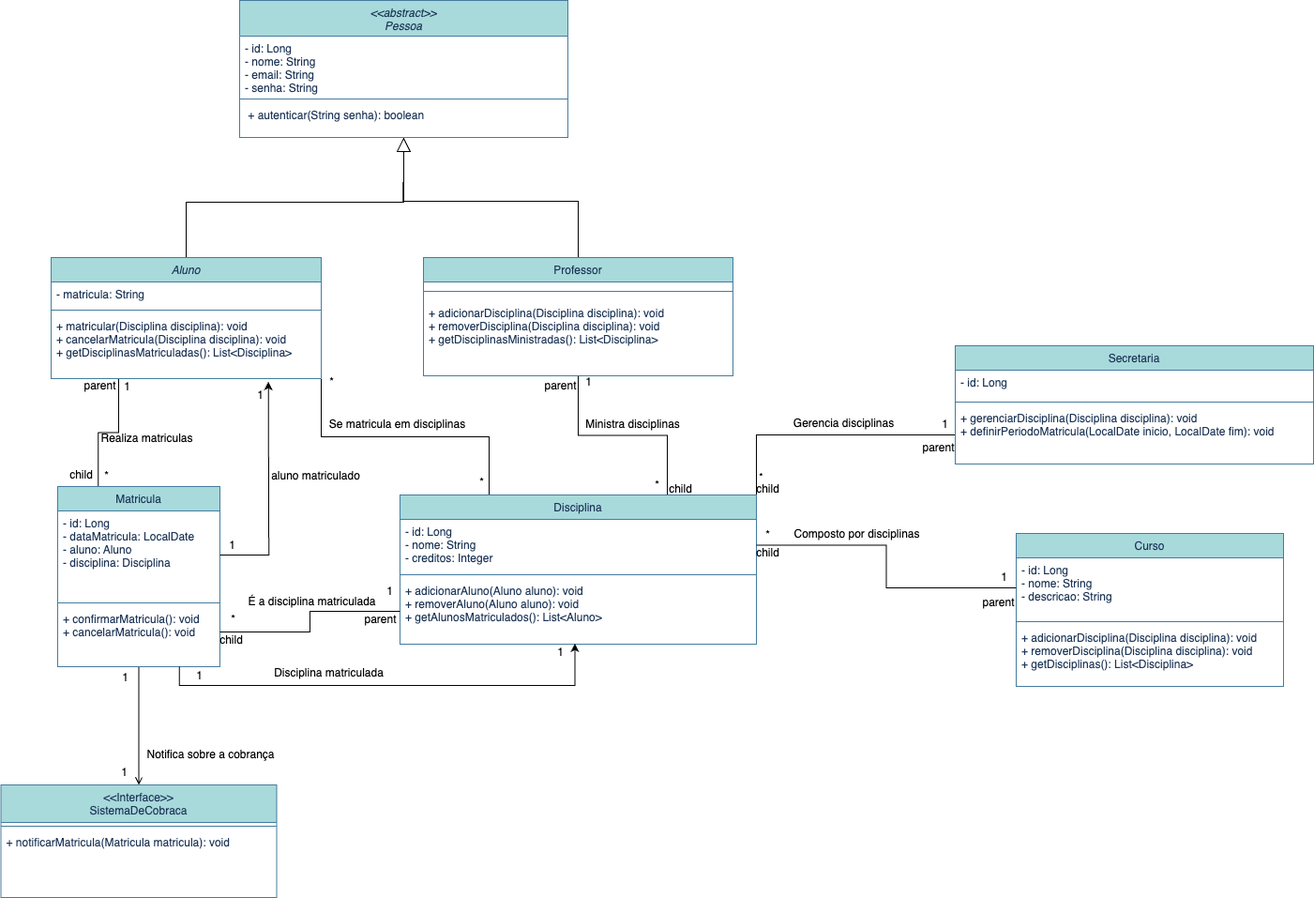
This is Diagramas/Diagrama_de_class.drawio_imagem.png from kaiohs333/Projeto-de-software---Sistema-de-Matr-cula---Kaio, a draw.io export, as it was before one commit. Source tidied: cells renumbered, new cells last; positions are measured from the earlier drawing's top-left corner, leaving out a move shared by most shapes.
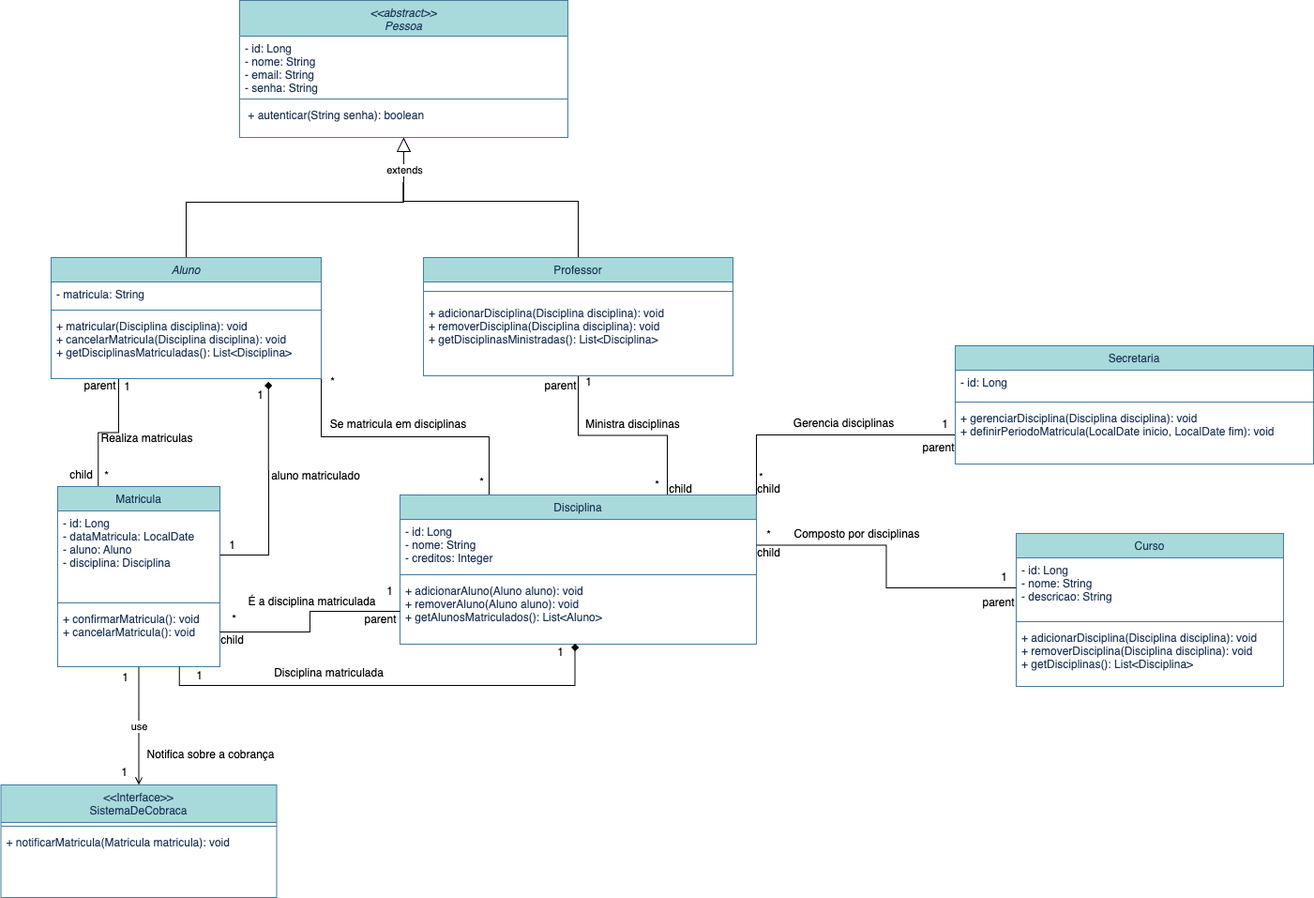
After the change.

Commit message:
update diagrama de class - ajuste nas setas

Change to the diagram source:
```diff
@@ -5,6 +5,9 @@
     <mxCell id="2" style="edgeStyle=orthogonalEdgeStyle;rounded=0;jettySize=auto;html=1;exitX=0.5;exitY=0;exitDx=0;exitDy=0;entryX=0.5;entryY=1;entryDx=0;entryDy=0;endArrow=block;endFill=0;endSize=13;" parent="1" edge="1" source="5" target="37">
       <mxGeometry relative="1" as="geometry" />
     </mxCell>
+    <mxCell id="80" value="extends" style="edgeLabel;html=1;align=center;verticalAlign=middle;" parent="2" vertex="1">
+      <mxGeometry x="0.81" relative="1" as="geometry" />
+    </mxCell>
     <mxCell id="3" style="edgeStyle=orthogonalEdgeStyle;rounded=0;jettySize=auto;html=1;exitX=0.25;exitY=1;exitDx=0;exitDy=0;entryX=0.25;entryY=0;entryDx=0;entryDy=0;endArrow=none;startFill=0;" parent="1" edge="1" source="5" target="15">
       <mxGeometry relative="1" as="geometry" />
     </mxCell>
@@ -47,10 +50,13 @@
     <mxCell id="14" style="edgeStyle=orthogonalEdgeStyle;rounded=0;jettySize=auto;html=1;exitX=0.5;exitY=1;exitDx=0;exitDy=0;entryX=0.5;entryY=0;entryDx=0;entryDy=0;endArrow=open;endFill=0;" parent="1" edge="1" source="15" target="34">
       <mxGeometry relative="1" as="geometry" />
     </mxCell>
+    <mxCell id="81" value="use" style="edgeLabel;html=1;align=center;verticalAlign=middle;" parent="14" vertex="1">
+      <mxGeometry relative="1" as="geometry" />
+    </mxCell>
     <mxCell id="15" value="Matricula" style="swimlane;fontStyle=0;align=center;verticalAlign=top;horizontal=1;startSize=26;rounded=0;shadow=0;strokeWidth=1;labelBackgroundColor=none;fillColor=#A8DADC;strokeColor=#457B9D;fontColor=#1D3557;" parent="1" vertex="1">
       <mxGeometry x="60" y="518" width="173" height="192" as="geometry" />
     </mxCell>
-    <mxCell id="16" style="edgeStyle=orthogonalEdgeStyle;rounded=0;jettySize=auto;html=1;exitX=1;exitY=0.5;exitDx=0;exitDy=0;" parent="15" edge="1" source="17">
+    <mxCell id="16" style="edgeStyle=orthogonalEdgeStyle;rounded=0;jettySize=auto;html=1;exitX=1;exitY=0.5;exitDx=0;exitDy=0;endArrow=diamond;endFill=1;" parent="15" edge="1" source="17">
       <mxGeometry relative="1" as="geometry">
         <mxPoint x="224.6" y="-111.7" as="targetPoint" />
       </mxGeometry>
@@ -186,7 +192,7 @@
     <mxCell id="59" style="edgeStyle=orthogonalEdgeStyle;rounded=0;jettySize=auto;html=1;exitX=1;exitY=0.5;exitDx=0;exitDy=0;entryX=0;entryY=0.5;entryDx=0;entryDy=0;endArrow=none;startFill=0;" parent="1" edge="1" source="19" target="25">
       <mxGeometry relative="1" as="geometry" />
     </mxCell>
-    <mxCell id="60" style="edgeStyle=orthogonalEdgeStyle;rounded=0;jettySize=auto;html=1;exitX=0.75;exitY=1;exitDx=0;exitDy=0;entryX=0.491;entryY=0.99;entryDx=0;entryDy=0;entryPerimeter=0;" parent="1" edge="1" source="15" target="25">
+    <mxCell id="60" style="edgeStyle=orthogonalEdgeStyle;rounded=0;jettySize=auto;html=1;exitX=0.75;exitY=1;exitDx=0;exitDy=0;entryX=0.491;entryY=0.99;entryDx=0;entryDy=0;entryPerimeter=0;endArrow=diamond;endFill=1;" parent="1" edge="1" source="15" target="25">
       <mxGeometry relative="1" as="geometry" />
     </mxCell>
     <mxCell id="61" value="1" style="text;html=1;align=center;verticalAlign=middle;strokeColor=none;fillColor=none;" parent="1" vertex="1">
```
